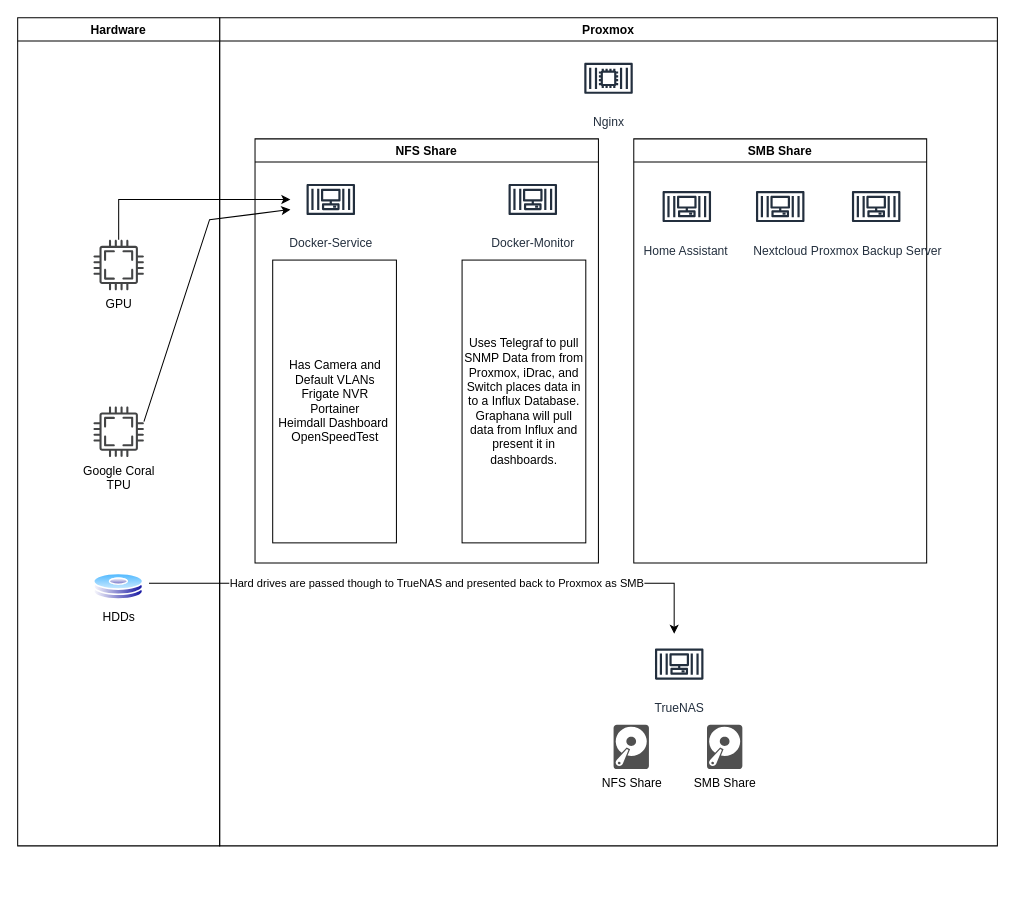
The draw.io diagram VM Diagram.drawio in 01Shimbo/HomeLab, before the edit. Source tidied: cells renumbered, new cells numbered last; positions are measured from the earlier drawing's top-left corner, leaving out a move shared by most shapes. Both pictures are drawn from the tidied source at 101%, with x=0, y=0 at pixel (17, 17). Pictures stored in the file or linked from it are replaced by grey dashed boxes.
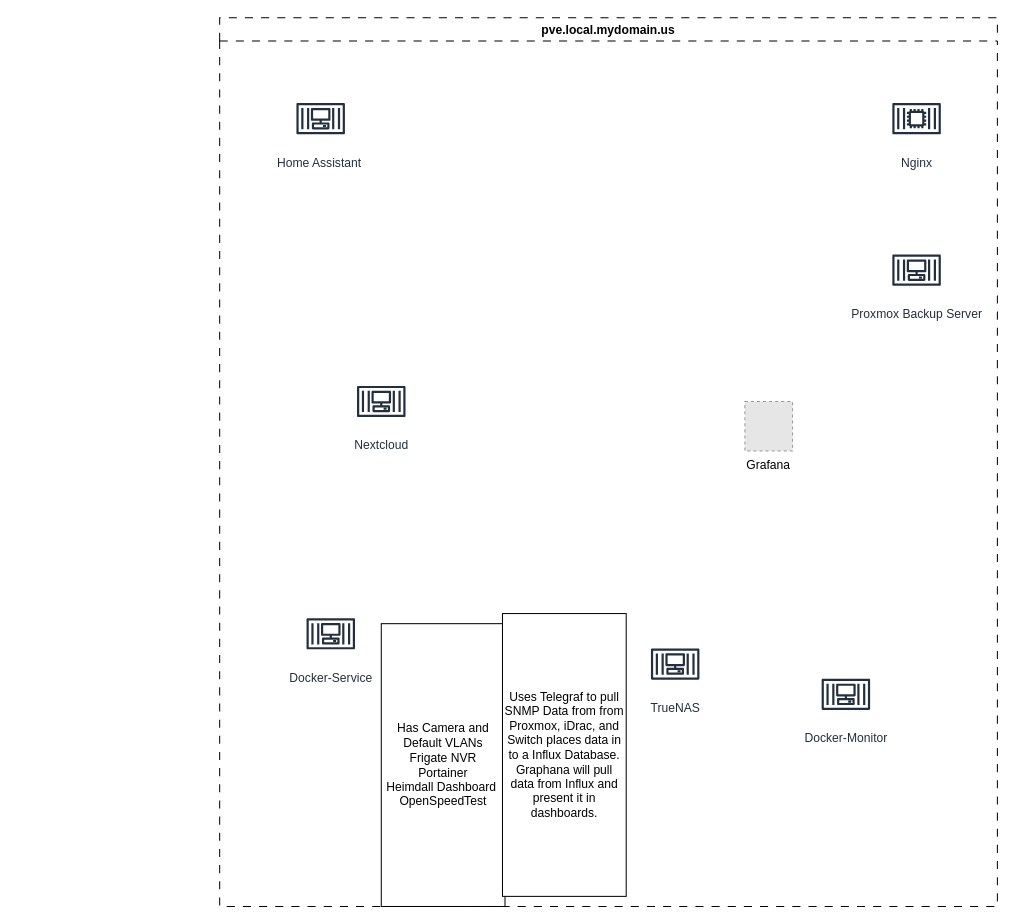
The same diagram, later.

Change to the diagram source:
```diff
@@
-<mxGraphModel>
+<mxGraphModel background="light-dark(#FFFFFF,#000000)">
@@
-    <mxCell id="2" value="TrueNAS" style="sketch=0;fontColor=#232F3E;gradientColor=none;strokeColor=#232F3E;fillColor=#ffffff;dashed=0;verticalLabelPosition=bottom;verticalAlign=top;align=center;html=1;fontSize=12;fontStyle=0;shape=mxgraph.aws4.resourceIcon;resIcon=mxgraph.aws4.container_3;" parent="1" vertex="1">
-      <mxGeometry x="625" y="610" width="60" height="60" as="geometry" />
-    </mxCell>
-    <mxCell id="3" value="SMB Share" style="sketch=0;shadow=0;dashed=0;html=1;strokeColor=none;fillColor=#505050;labelPosition=center;verticalLabelPosition=bottom;verticalAlign=top;align=center;shape=mxgraph.office.devices.hard_disk;" parent="1" vertex="1">
-      <mxGeometry x="682.5" y="700" width="35" height="44" as="geometry" />
-    </mxCell>
-    <mxCell id="4" value="NFS Share" style="sketch=0;shadow=0;dashed=0;html=1;strokeColor=none;fillColor=#505050;labelPosition=center;verticalLabelPosition=bottom;verticalAlign=top;align=center;shape=mxgraph.office.devices.hard_disk;" parent="1" vertex="1">
-      <mxGeometry x="590" y="700" width="35" height="44" as="geometry" />
-    </mxCell>
-    <mxCell id="5" value="Proxmox" style="swimlane;" parent="1" vertex="1">
-      <mxGeometry x="200" width="770" height="820" as="geometry" />
+    <mxCell id="5" value="pve.local.mydomain.us" style="swimlane;dashed=1;dashPattern=8 8;" parent="1" vertex="1">
+      <mxGeometry x="200" width="770" height="880" as="geometry" />
     </mxCell>
-    <mxCell id="6" value="NFS Share" style="swimlane;" parent="5" vertex="1">
-      <mxGeometry x="35" y="120" width="340" height="420" as="geometry" />
-    </mxCell>
+    <mxCell id="11" value="&lt;div&gt;Nginx&lt;/div&gt;&lt;div&gt;&lt;br&gt;&lt;/div&gt;" style="sketch=0;fontColor=#232F3E;gradientColor=none;strokeColor=#232F3E;fillColor=#ffffff;dashed=0;verticalLabelPosition=bottom;verticalAlign=top;align=center;html=1;fontSize=12;fontStyle=0;shape=mxgraph.aws4.resourceIcon;resIcon=mxgraph.aws4.container_2;" parent="5" vertex="1">
+      <mxGeometry x="660" y="70" width="60" height="60" as="geometry" />
+    </mxCell>
-    <mxCell id="7" value="Docker-Service" style="sketch=0;fontColor=#232F3E;gradientColor=none;strokeColor=#232F3E;fillColor=#ffffff;dashed=0;verticalLabelPosition=bottom;verticalAlign=top;align=center;html=1;fontSize=12;fontStyle=0;shape=mxgraph.aws4.resourceIcon;resIcon=mxgraph.aws4.container_3;" parent="6" vertex="1">
-      <mxGeometry x="45" y="30" width="60" height="60" as="geometry" />
+    <mxCell id="7" value="Docker-Service" style="sketch=0;fontColor=#232F3E;gradientColor=none;strokeColor=#232F3E;fillColor=#ffffff;dashed=0;verticalLabelPosition=bottom;verticalAlign=top;align=center;html=1;fontSize=12;fontStyle=0;shape=mxgraph.aws4.resourceIcon;resIcon=mxgraph.aws4.container_3;" parent="5" vertex="1">
+      <mxGeometry x="80" y="580" width="60" height="60" as="geometry" />
     </mxCell>
-    <mxCell id="8" value="Docker-Monitor" style="sketch=0;fontColor=#232F3E;gradientColor=none;strokeColor=#232F3E;fillColor=#ffffff;dashed=0;verticalLabelPosition=bottom;verticalAlign=top;align=center;html=1;fontSize=12;fontStyle=0;shape=mxgraph.aws4.resourceIcon;resIcon=mxgraph.aws4.container_3;" parent="6" vertex="1">
-      <mxGeometry x="245" y="30" width="60" height="60" as="geometry" />
-    </mxCell>
-    <mxCell id="9" value="&lt;div&gt;Has Camera and Default VLANs&lt;/div&gt;&lt;div&gt;Frigate NVR&lt;/div&gt;&lt;div&gt;Portainer&lt;/div&gt;&lt;div&gt;Heimdall Dashboard&amp;nbsp;&lt;/div&gt;&lt;div&gt;OpenSpeedTest&lt;/div&gt;" style="rounded=0;whiteSpace=wrap;html=1;" parent="6" vertex="1">
-      <mxGeometry x="17.5" y="120" width="122.5" height="280" as="geometry" />
+    <mxCell id="9" value="&lt;div&gt;Has Camera and Default VLANs&lt;/div&gt;&lt;div&gt;Frigate NVR&lt;/div&gt;&lt;div&gt;Portainer&lt;/div&gt;&lt;div&gt;Heimdall Dashboard&amp;nbsp;&lt;/div&gt;&lt;div&gt;OpenSpeedTest&lt;/div&gt;" style="rounded=0;whiteSpace=wrap;html=1;" parent="5" vertex="1">
+      <mxGeometry x="160" y="600" width="122.5" height="280" as="geometry" />
     </mxCell>
-    <mxCell id="10" value="&lt;div&gt;Uses Telegraf to pull SNMP Data from from Proxmox, iDrac, and Switch places data in to a Influx Database. Graphana will pull data from Influx and present it in dashboards.&lt;/div&gt;" style="rounded=0;whiteSpace=wrap;html=1;" parent="6" vertex="1">
-      <mxGeometry x="205" y="120" width="122.5" height="280" as="geometry" />
+    <mxCell id="10" value="&lt;div&gt;Uses Telegraf to pull SNMP Data from from Proxmox, iDrac, and Switch places data in to a Influx Database. Graphana will pull data from Influx and present it in dashboards.&lt;/div&gt;" style="rounded=0;whiteSpace=wrap;html=1;" parent="5" vertex="1">
+      <mxGeometry x="280" y="590" width="122.5" height="280" as="geometry" />
     </mxCell>
-    <mxCell id="11" value="&lt;div&gt;Nginx&lt;/div&gt;&lt;div&gt;&lt;br&gt;&lt;/div&gt;" style="sketch=0;fontColor=#232F3E;gradientColor=none;strokeColor=#232F3E;fillColor=#ffffff;dashed=0;verticalLabelPosition=bottom;verticalAlign=top;align=center;html=1;fontSize=12;fontStyle=0;shape=mxgraph.aws4.resourceIcon;resIcon=mxgraph.aws4.container_2;" parent="5" vertex="1">
-      <mxGeometry x="355" y="30" width="60" height="60" as="geometry" />
-    </mxCell>
-    <mxCell id="12" value="SMB Share" style="swimlane;" parent="5" vertex="1">
-      <mxGeometry x="410" y="120" width="290" height="420" as="geometry" />
-    </mxCell>
+    <mxCell id="8" value="Docker-Monitor" style="sketch=0;fontColor=#232F3E;gradientColor=none;strokeColor=#232F3E;fillColor=#ffffff;dashed=0;verticalLabelPosition=bottom;verticalAlign=top;align=center;html=1;fontSize=12;fontStyle=0;shape=mxgraph.aws4.resourceIcon;resIcon=mxgraph.aws4.container_3;" parent="5" vertex="1">
+      <mxGeometry x="590" y="640" width="60" height="60" as="geometry" />
+    </mxCell>
-    <mxCell id="13" value="Home Assistant&amp;nbsp;" style="sketch=0;fontColor=#232F3E;gradientColor=none;strokeColor=#232F3E;fillColor=#ffffff;dashed=0;verticalLabelPosition=bottom;verticalAlign=top;align=center;html=1;fontSize=12;fontStyle=0;shape=mxgraph.aws4.resourceIcon;resIcon=mxgraph.aws4.container_3;" parent="12" vertex="1">
-      <mxGeometry x="22.5" y="37" width="60" height="60" as="geometry" />
+    <mxCell id="13" value="Home Assistant&amp;nbsp;" style="sketch=0;fontColor=#232F3E;gradientColor=none;strokeColor=#232F3E;fillColor=#ffffff;dashed=0;verticalLabelPosition=bottom;verticalAlign=top;align=center;html=1;fontSize=12;fontStyle=0;shape=mxgraph.aws4.resourceIcon;resIcon=mxgraph.aws4.container_3;" parent="5" vertex="1">
+      <mxGeometry x="70" y="70" width="60" height="60" as="geometry" />
     </mxCell>
-    <mxCell id="14" value="Nextcloud" style="sketch=0;fontColor=#232F3E;gradientColor=none;strokeColor=#232F3E;fillColor=#ffffff;dashed=0;verticalLabelPosition=bottom;verticalAlign=top;align=center;html=1;fontSize=12;fontStyle=0;shape=mxgraph.aws4.resourceIcon;resIcon=mxgraph.aws4.container_3;" parent="12" vertex="1">
-      <mxGeometry x="115" y="37" width="60" height="60" as="geometry" />
+    <mxCell id="14" value="Nextcloud" style="sketch=0;fontColor=#232F3E;gradientColor=none;strokeColor=#232F3E;fillColor=#ffffff;dashed=0;verticalLabelPosition=bottom;verticalAlign=top;align=center;html=1;fontSize=12;fontStyle=0;shape=mxgraph.aws4.resourceIcon;resIcon=mxgraph.aws4.container_3;" parent="5" vertex="1">
+      <mxGeometry x="130" y="350" width="60" height="60" as="geometry" />
     </mxCell>
-    <mxCell id="15" value="Proxmox Backup Server" style="sketch=0;fontColor=#232F3E;gradientColor=none;strokeColor=#232F3E;fillColor=#ffffff;dashed=0;verticalLabelPosition=bottom;verticalAlign=top;align=center;html=1;fontSize=12;fontStyle=0;shape=mxgraph.aws4.resourceIcon;resIcon=mxgraph.aws4.container_3;" parent="12" vertex="1">
-      <mxGeometry x="210" y="37" width="60" height="60" as="geometry" />
+    <mxCell id="15" value="Proxmox Backup Server" style="sketch=0;fontColor=#232F3E;gradientColor=none;strokeColor=#232F3E;fillColor=#ffffff;dashed=0;verticalLabelPosition=bottom;verticalAlign=top;align=center;html=1;fontSize=12;fontStyle=0;shape=mxgraph.aws4.resourceIcon;resIcon=mxgraph.aws4.container_3;" parent="5" vertex="1">
+      <mxGeometry x="660" y="220" width="60" height="60" as="geometry" />
     </mxCell>
-    <mxCell id="16" value="Hardware" style="swimlane;" parent="1" vertex="1">
-      <mxGeometry width="200" height="820" as="geometry" />
-    </mxCell>
-    <mxCell id="17" value="HDDs" style="image;perimeter=ellipsePerimeter;html=1;align=center;shadow=0;dashed=0;spacingTop=3;image=img/lib/active_directory/hard_disk.svg;" parent="16" vertex="1">
-      <mxGeometry x="75" y="550" width="50" height="27" as="geometry" />
-    </mxCell>
-    <mxCell id="18" style="edgeStyle=orthogonalEdgeStyle;rounded=0;jettySize=auto;html=1;" parent="16" edge="1" source="19">
-      <mxGeometry relative="1" as="geometry">
-        <mxPoint x="270" y="180" as="targetPoint" />
-        <Array as="points">
-          <mxPoint x="100" y="180" />
-        </Array>
-      </mxGeometry>
-    </mxCell>
-    <mxCell id="19" value="GPU" style="sketch=0;shadow=0;dashed=0;html=1;strokeColor=none;fillColor=#434445;labelPosition=center;verticalLabelPosition=bottom;verticalAlign=top;align=center;outlineConnect=0;shape=mxgraph.vvd.cpu;" parent="16" vertex="1">
-      <mxGeometry x="75" y="220" width="50" height="50" as="geometry" />
-    </mxCell>
-    <mxCell id="20" value="&lt;div&gt;Google Coral&lt;/div&gt;&lt;div&gt;TPU&lt;/div&gt;" style="sketch=0;shadow=0;dashed=0;html=1;strokeColor=none;fillColor=#434445;labelPosition=center;verticalLabelPosition=bottom;verticalAlign=top;align=center;shape=mxgraph.vvd.cpu;" parent="16" vertex="1">
-      <mxGeometry x="75" y="385" width="50" height="50" as="geometry" />
-    </mxCell>
-    <mxCell id="21" value="Hard drives are passed though to TrueNAS and presented back to Proxmox as SMB" style="endArrow=classic;html=1;rounded=0;" parent="16" edge="1">
-      <mxGeometry relative="1" as="geometry">
-        <mxPoint x="130" y="560" as="sourcePoint" />
-        <mxPoint x="650" y="610" as="targetPoint" />
-        <Array as="points">
-          <mxPoint x="650" y="560" />
-        </Array>
-      </mxGeometry>
-    </mxCell>
-    <mxCell id="22" style="endArrow=classic;html=1;rounded=0;" parent="16" edge="1">
-      <mxGeometry relative="1" as="geometry">
-        <mxPoint x="125" y="400" as="sourcePoint" />
-        <mxPoint x="270" y="190" as="targetPoint" />
-        <Array as="points">
-          <mxPoint x="190" y="200" />
-        </Array>
-      </mxGeometry>
-    </mxCell>
+    <mxCell id="2" value="TrueNAS" style="sketch=0;fontColor=#232F3E;gradientColor=none;strokeColor=#232F3E;fillColor=#ffffff;dashed=0;verticalLabelPosition=bottom;verticalAlign=top;align=center;html=1;fontSize=12;fontStyle=0;shape=mxgraph.aws4.resourceIcon;resIcon=mxgraph.aws4.container_3;" parent="5" vertex="1">
+      <mxGeometry x="421" y="610" width="60" height="60" as="geometry" />
+    </mxCell>
+    <mxCell id="23" value="Grafana&#10;" style="fillColor=#E6E6E6;strokeColor=#999999;dashed=1;verticalLabelPosition=bottom;labelBackgroundColor=default;verticalAlign=top;" parent="5" vertex="1">
+      <mxGeometry x="520" y="380" width="47.2" height="49.1" as="geometry" />
+    </mxCell>
```
